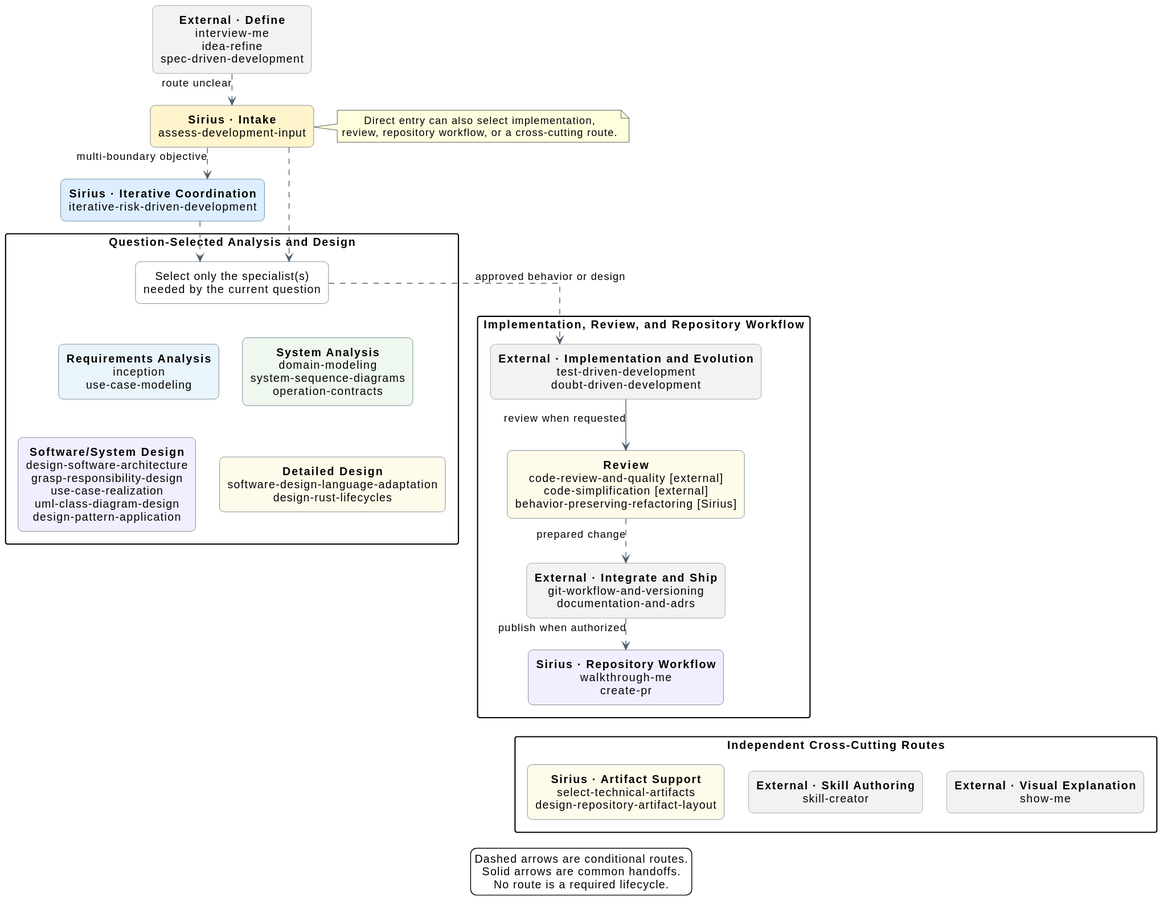
This is catalog/skill-relationships.svg from sirius-cc-wu/sirius-skills, a PlantUML export, as it was before one commit.
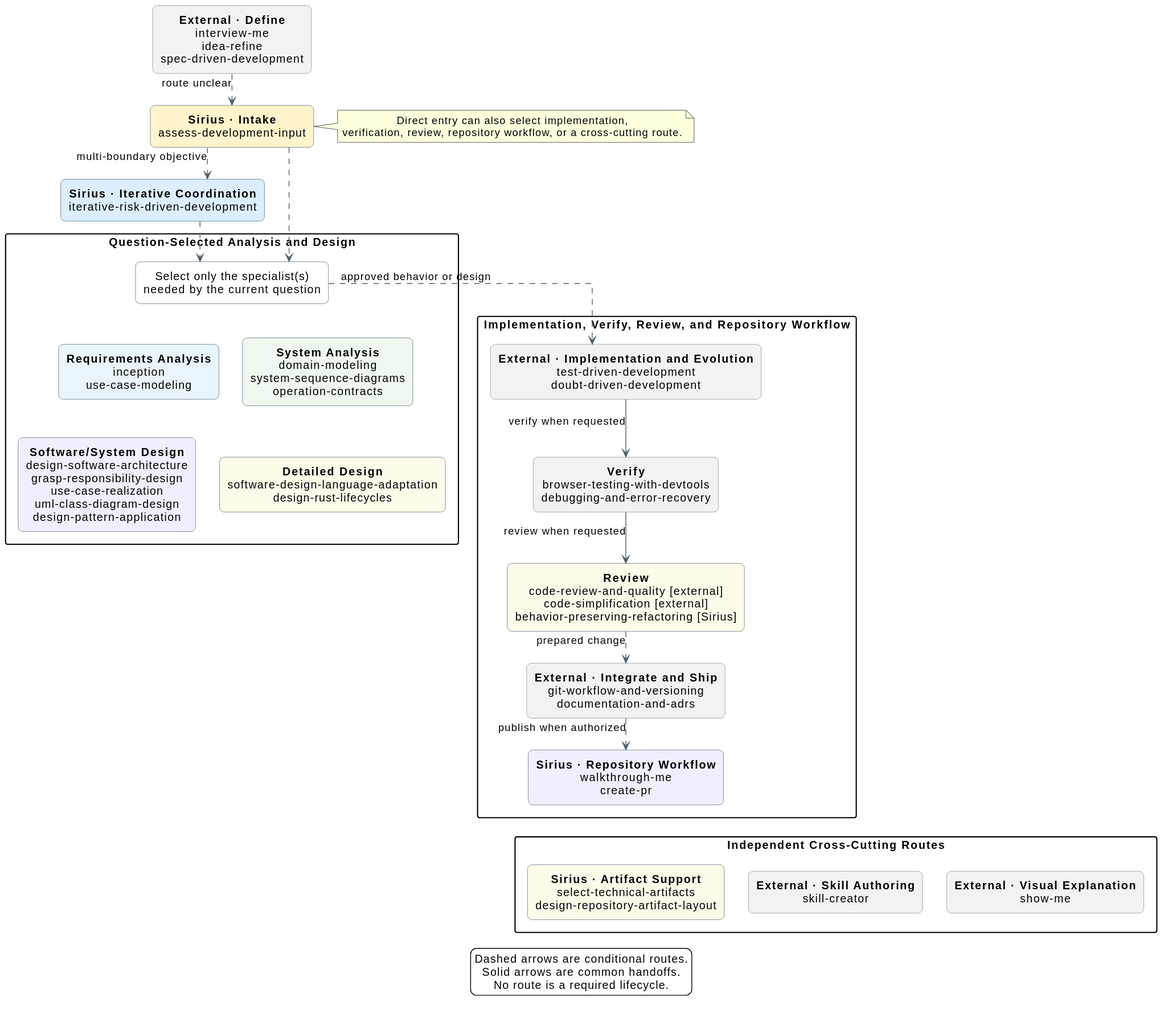
Above is the later version.

Commit message:
install: add Addy verification skills

The edit, as a diff of the source:
```diff
@@ -42,7 +42,7 @@
 
 note right of assess
   Direct entry can also select implementation,
-  review, repository workflow, or a cross-cutting route.
+  verification, review, repository workflow, or a cross-cutting route.
 end note
 
 package "Question-Selected Analysis and Design" as analysis {
@@ -81,11 +81,16 @@
   softwareDesign -[hidden]right-> detailedDesign
 }
 
-package "Implementation, Review, and Repository Workflow" as delivery {
+package "Implementation, Verify, Review, and Repository Workflow" as delivery {
   rectangle implementation <<external>> [
   **External · Implementation and Evolution**
   test-driven-development
   doubt-driven-development
+  ]
+  rectangle verify <<external>> [
+  **Verify**
+  browser-testing-with-devtools
+  debugging-and-error-recovery
   ]
   rectangle review #FFFBEA [
   **Review**
@@ -104,7 +109,8 @@
   create-pr
   ]
 
-  implementation --> review : review when requested
+  implementation --> verify : verify when requested
+  verify --> review : review when requested
   review ..> integrate : prepared change
   integrate ..> repository : publish when authorized
 }
```
